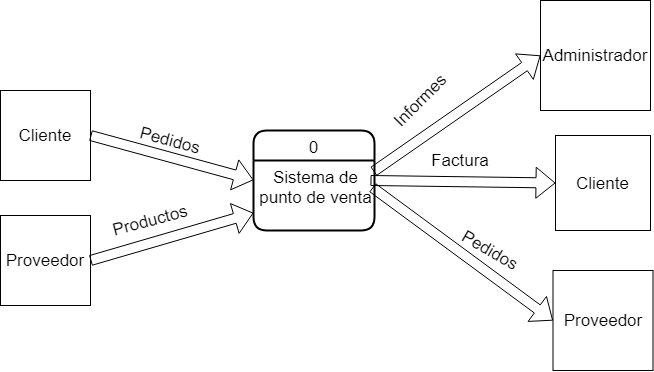
The draw.io diagram Documentación/diagrama libre de contexto.png in elmergustavo/Proyecto-Analisis, before a commit. Source tidied: cells renumbered, new cells last; positions are measured from the earlier drawing's top-left corner, leaving out a move shared by most shapes.
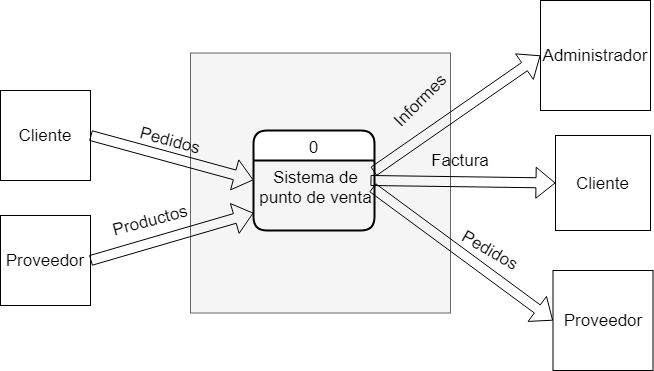
After the commit.

Diff of the diagram source:
```diff
@@ -2,6 +2,9 @@
   <root>
     <mxCell id="0" />
     <mxCell id="1" parent="0" />
+    <mxCell id="19" style="whiteSpace=wrap;html=1;labelBackgroundColor=#66FFB3;fillColor=#f5f5f5;strokeColor=#666666;fontColor=#333333;" parent="1" vertex="1">
+      <mxGeometry x="190" y="52.5" width="260" height="260" as="geometry" />
+    </mxCell>
     <mxCell id="2" value="0" style="swimlane;horizontal=1;startSize=30;rounded=1;fontSize=17;fontStyle=0;strokeWidth=2;shadow=0;dashed=0;align=center;" parent="1" vertex="1">
       <mxGeometry x="253" y="130" width="121" height="100" as="geometry" />
     </mxCell>
```
